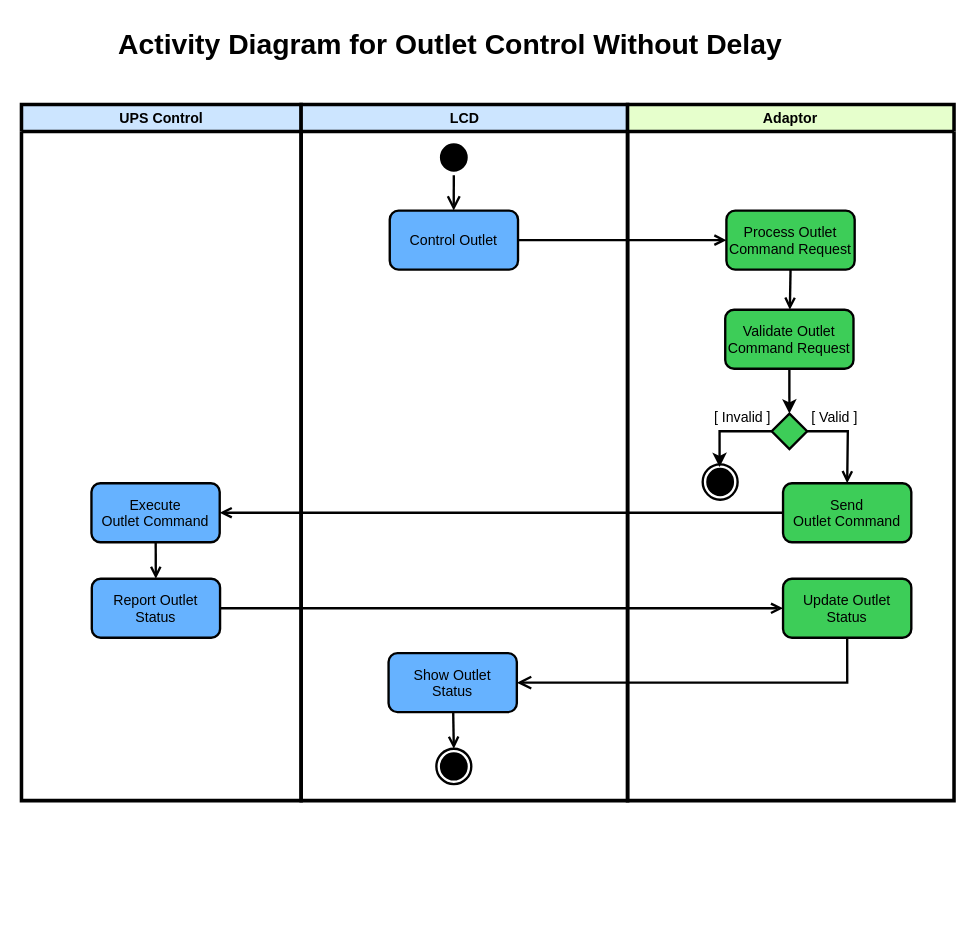
This is page "SOG" (2 of 2) of system_blocks.drawio from maxpeng/smt_refresh_plan, a draw.io file, before an edit. Source tidied: cells renumbered, new cells numbered last; positions are measured from the earlier drawing's top-left corner, leaving out a move shared by most shapes. Both pictures are drawn from the tidied source at 118%, with x=0, y=0 at pixel (21, 20).
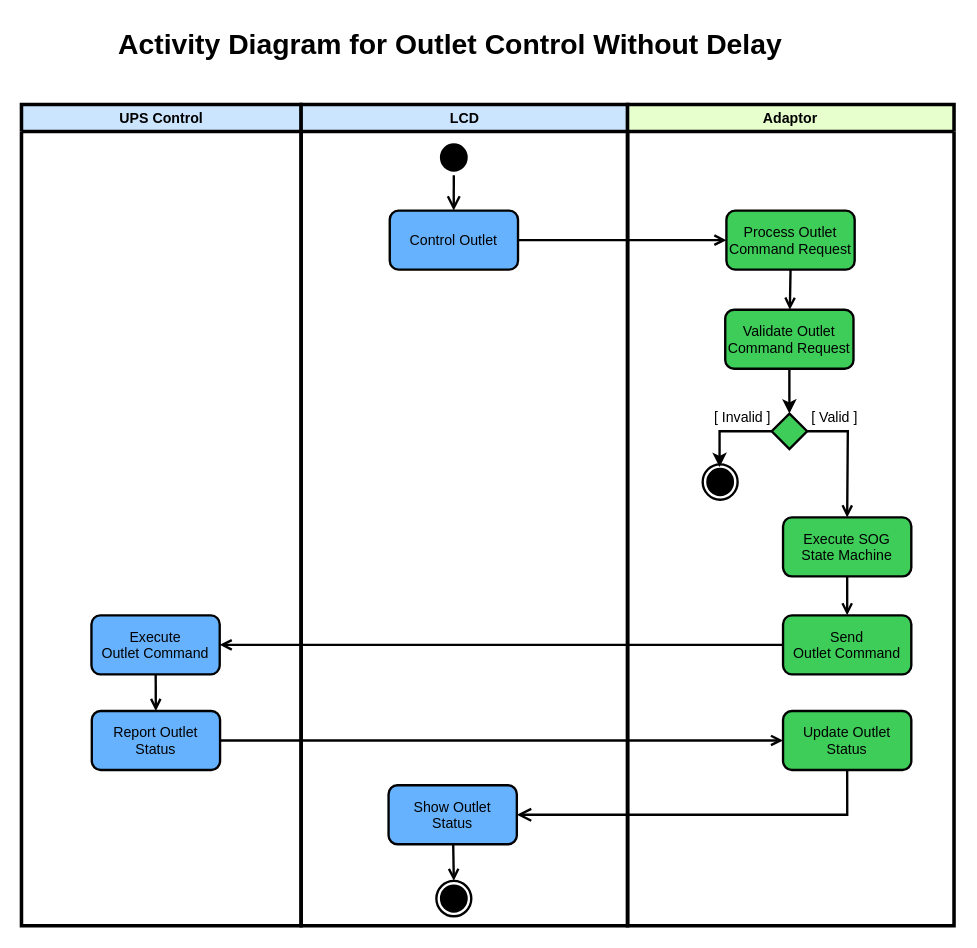
The same diagram, later.

Commit message (it also covers changes not shown here):
update SOG diagram; add a SOG slide.

The change refers to these unchanged cells:
```xml
<mxCell id="16" style="rhombus;strokeWidth=2;fillColor=light-dark(#3DCD58,#436697);" parent="12" vertex="1">
  <mxGeometry x="122.2" y="262" width="30" height="30" as="geometry" />
</mxCell>
```

The edit, as a diff of the source:
```diff
@@
     <mxCell id="3" value="UPS Control" style="swimlane;whiteSpace=wrap;strokeWidth=3;swimlaneFillColor=none;fillColor=#CCE5FF;gradientColor=none;" parent="1" vertex="1">
-      <mxGeometry x="-0.3" y="71" width="237" height="590" as="geometry" />
+      <mxGeometry x="-0.3" y="71" width="237" height="696" as="geometry" />
     </mxCell>
     <mxCell id="4" value="Execute&#10;Outlet Command" style="rounded=1;strokeWidth=2;fillColor=#66B2FF;" parent="3" vertex="1">
-      <mxGeometry x="59.3" y="321" width="108.7" height="50" as="geometry" />
+      <mxGeometry x="59.3" y="433" width="108.7" height="50" as="geometry" />
     </mxCell>
     <mxCell id="5" value="LCD" style="swimlane;whiteSpace=wrap;strokeWidth=3;fillColor=#CCE5FF;swimlaneFillColor=none;" parent="1" vertex="1">
-      <mxGeometry x="236.7" y="71" width="276.7" height="590" as="geometry" />
+      <mxGeometry x="236.7" y="71" width="276.7" height="696" as="geometry" />
     </mxCell>
@@
     <mxCell id="9" value="Show Outlet&#10;Status" style="rounded=1;strokeWidth=2;fillColor=#66B2FF;" parent="5" vertex="1">
-      <mxGeometry x="74.1" y="465" width="108.7" height="50" as="geometry" />
+      <mxGeometry x="74.1" y="577" width="108.7" height="50" as="geometry" />
     </mxCell>
@@
     <mxCell id="11" style="ellipse;shape=endState;fillColor=#000000;strokeColor=light-dark(#000000, #ff9090);strokeWidth=2;" parent="5" vertex="1">
-      <mxGeometry x="114.6" y="546" width="29.6" height="30" as="geometry" />
+      <mxGeometry x="114.6" y="658" width="29.6" height="30" as="geometry" />
     </mxCell>
     <mxCell id="12" value="Adaptor" style="swimlane;whiteSpace=wrap;strokeWidth=3;fillColor=light-dark(#E6FFCC,#E6FFCC);swimlaneFillColor=none;" parent="1" vertex="1">
-      <mxGeometry x="513.3" y="71" width="276.7" height="590" as="geometry" />
+      <mxGeometry x="513.3" y="71" width="276.7" height="696" as="geometry" />
     </mxCell>
     <mxCell id="13" value="Send&#10;Outlet Command" style="rounded=1;strokeWidth=2;fillColor=light-dark(#3DCD58,#436697);" parent="12" vertex="1">
-      <mxGeometry x="131.8" y="321" width="108.7" height="50" as="geometry" />
+      <mxGeometry x="131.8" y="433" width="108.7" height="50" as="geometry" />
     </mxCell>
-    <mxCell id="14" style="endArrow=open;strokeColor=default;endFill=1;rounded=0;exitX=1;exitY=0.5;exitDx=0;exitDy=0;strokeWidth=2;entryX=0.5;entryY=0;entryDx=0;entryDy=0;" parent="12" edge="1" source="16" target="13">
+    <mxCell id="14" style="endArrow=open;strokeColor=default;endFill=1;rounded=0;exitX=1;exitY=0.5;exitDx=0;exitDy=0;strokeWidth=2;entryX=0.5;entryY=0;entryDx=0;entryDy=0;" parent="12" edge="1" source="16" target="31">
       <mxGeometry relative="1" as="geometry">
         <Array as="points">
           <mxPoint x="186.7" y="277" />
         </Array>
       </mxGeometry>
     </mxCell>
@@
+    <mxCell id="31" value="Execute SOG&#10;State Machine" style="rounded=1;strokeWidth=2;fillColor=light-dark(#3DCD58,#436697);" parent="12" vertex="1">
+      <mxGeometry x="131.8" y="350" width="108.7" height="50" as="geometry" />
+    </mxCell>
+    <mxCell id="32" style="endArrow=open;strokeColor=default;endFill=1;rounded=0;exitX=0.5;exitY=1;exitDx=0;exitDy=0;strokeWidth=2;entryX=0.5;entryY=0;entryDx=0;entryDy=0;" parent="12" edge="1" source="31" target="13">
+      <mxGeometry relative="1" as="geometry" />
+    </mxCell>
@@
     <mxCell id="22" value="Report Outlet&#10;Status" style="rounded=1;strokeWidth=2;fillColor=#66B2FF;" parent="1" vertex="1">
-      <mxGeometry x="59.3" y="473" width="108.7" height="50" as="geometry" />
+      <mxGeometry x="59.3" y="585" width="108.7" height="50" as="geometry" />
     </mxCell>
@@
     <mxCell id="28" value="Update Outlet&#10;Status" style="rounded=1;strokeWidth=2;fillColor=light-dark(#3DCD58,#436697);" parent="1" vertex="1">
-      <mxGeometry x="645.1" y="473" width="108.7" height="50" as="geometry" />
+      <mxGeometry x="645.1" y="585" width="108.7" height="50" as="geometry" />
     </mxCell>
```
